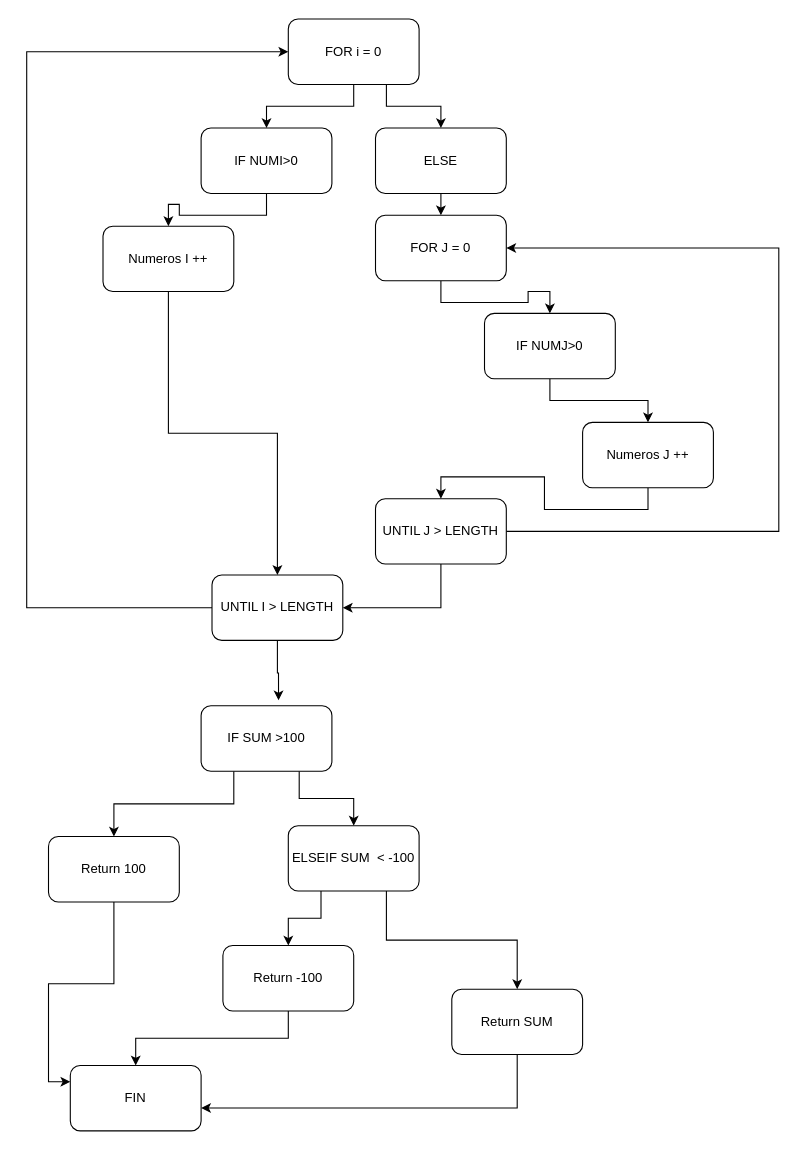
Before: Diagrama FOR.drawio in JamartinezSanAlberto/Diagramas, a draw.io diagram. Source tidied: cells renumbered, new cells numbered last; positions are measured from the earlier drawing's top-left corner, leaving out a move shared by most shapes. Both pictures are drawn from the tidied source at 109%, with x=0, y=0 at pixel (26, 19).
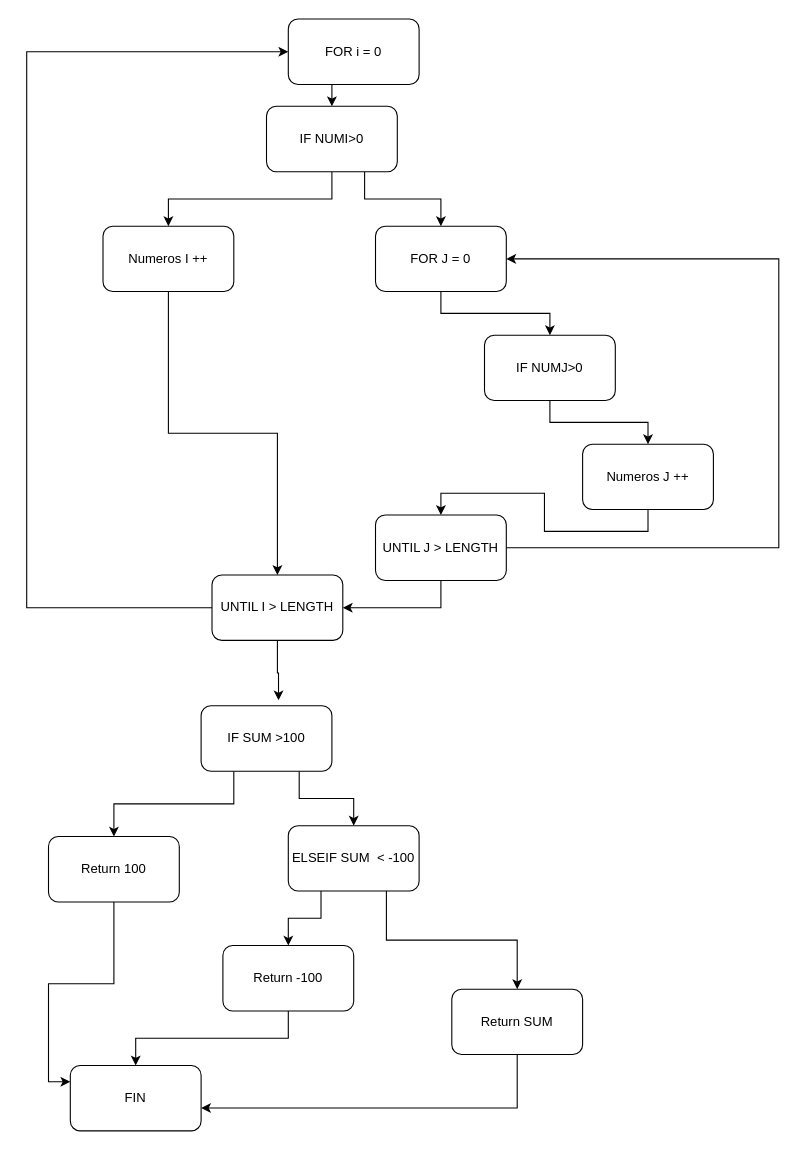
After the change.

The change refers to these unchanged cells:
```xml
<mxCell id="4" value="FOR i = 0" style="rounded=1;whiteSpace=wrap;html=1;" parent="1" vertex="1">
  <mxGeometry x="240" width="120" height="60" as="geometry" />
</mxCell>
```

What changed in the source:
```diff
@@
-    <mxCell id="3" style="edgeStyle=orthogonalEdgeStyle;rounded=0;jettySize=auto;html=1;exitX=0.75;exitY=1;exitDx=0;exitDy=0;" parent="1" edge="1" source="4" target="13">
+    <mxCell id="3" style="edgeStyle=orthogonalEdgeStyle;rounded=0;jettySize=auto;html=1;exitX=0.75;exitY=1;exitDx=0;exitDy=0;entryX=0.5;entryY=0;entryDx=0;entryDy=0;" parent="1" edge="1" source="9" target="15">
       <mxGeometry relative="1" as="geometry" />
     </mxCell>
@@
     <mxCell id="9" value="IF NUMI&amp;gt;0" style="rounded=1;whiteSpace=wrap;html=1;" parent="1" vertex="1">
-      <mxGeometry x="160" y="100" width="120" height="60" as="geometry" />
+      <mxGeometry x="220" y="80" width="120" height="60" as="geometry" />
     </mxCell>
@@
-    <mxCell id="12" style="edgeStyle=orthogonalEdgeStyle;rounded=0;jettySize=auto;html=1;exitX=0.5;exitY=1;exitDx=0;exitDy=0;entryX=0.5;entryY=0;entryDx=0;entryDy=0;" parent="1" edge="1" source="13" target="15">
-      <mxGeometry relative="1" as="geometry" />
-    </mxCell>
-    <mxCell id="13" value="ELSE" style="rounded=1;whiteSpace=wrap;html=1;" parent="1" vertex="1">
-      <mxGeometry x="320" y="100" width="120" height="60" as="geometry" />
-    </mxCell>
@@
     <mxCell id="15" value="FOR J = 0" style="rounded=1;whiteSpace=wrap;html=1;" parent="1" vertex="1">
-      <mxGeometry x="320" y="180" width="120" height="60" as="geometry" />
+      <mxGeometry x="320" y="190" width="120" height="60" as="geometry" />
     </mxCell>
     <mxCell id="16" style="edgeStyle=orthogonalEdgeStyle;rounded=0;jettySize=auto;html=1;exitX=1;exitY=0.5;exitDx=0;exitDy=0;entryX=1;entryY=0.5;entryDx=0;entryDy=0;" parent="1" edge="1" source="18" target="15">
       <mxGeometry relative="1" as="geometry">
         <Array as="points">
-          <mxPoint x="690" y="470" />
-          <mxPoint x="690" y="210" />
+          <mxPoint x="690" y="485" />
+          <mxPoint x="690" y="220" />
         </Array>
       </mxGeometry>
     </mxCell>
@@
     <mxCell id="18" value="UNTIL J &amp;gt; LENGTH" style="rounded=1;whiteSpace=wrap;html=1;" parent="1" vertex="1">
-      <mxGeometry x="320" y="440" width="120" height="60" as="geometry" />
+      <mxGeometry x="320" y="455" width="120" height="60" as="geometry" />
     </mxCell>
@@
     <mxCell id="20" value="Numeros J ++" style="rounded=1;whiteSpace=wrap;html=1;" parent="1" vertex="1">
-      <mxGeometry x="510" y="370" width="120" height="60" as="geometry" />
+      <mxGeometry x="510" y="390" width="120" height="60" as="geometry" />
     </mxCell>
@@
     <mxCell id="22" value="IF NUMJ&amp;gt;0" style="rounded=1;whiteSpace=wrap;html=1;" parent="1" vertex="1">
-      <mxGeometry x="420" y="270" width="120" height="60" as="geometry" />
+      <mxGeometry x="420" y="290" width="120" height="60" as="geometry" />
     </mxCell>
```
